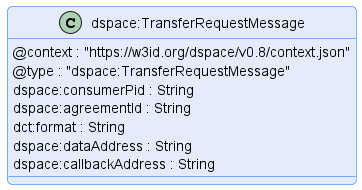
Before: transfer/message/diagram/transfer-request-message.png, a diagram exported from PlantUML (International-Data-Spaces-Association/ids-specification). Its diagram source:
```plantuml
@startuml "transfer-request-message"
!pragma layout smetana

!include ../../../common/style/diagram.styles.puml

hide empty description


class "dspace:TransferRequestMessage" {
    @context : "https://w3id.org/dspace/v0.8/context.json"
    @type : "dspace:TransferRequestMessage"
    dspace:consumerPid : String
    dspace:agreementId : String
    dct:format : String
    dspace:dataAddress : String
    dspace:callbackAddress : String
}

@enduml
```
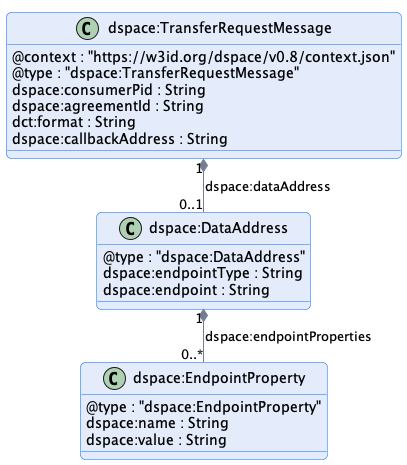
After the change.

Commit message:
Added dspace:DataAddress model

What changed in the source:
```diff
@@ -12,8 +12,23 @@
     dspace:consumerPid : String
     dspace:agreementId : String
     dct:format : String
-    dspace:dataAddress : String
     dspace:callbackAddress : String
 }
 
+class "dspace:DataAddress" {
+    @type : "dspace:DataAddress"
+    dspace:endpointType : String
+    dspace:endpoint : String
+}
+
+class "dspace:EndpointProperty" {
+    @type : "dspace:EndpointProperty"
+    dspace:name : String
+    dspace:value : String
+}
+
+"dspace:TransferRequestMessage" "1" *-- "0..1" "dspace:DataAddress" : "dspace:dataAddress"
+"dspace:DataAddress" "1" *-- "0..*" "dspace:EndpointProperty" : "dspace:endpointProperties"
+
+
 @enduml
```
